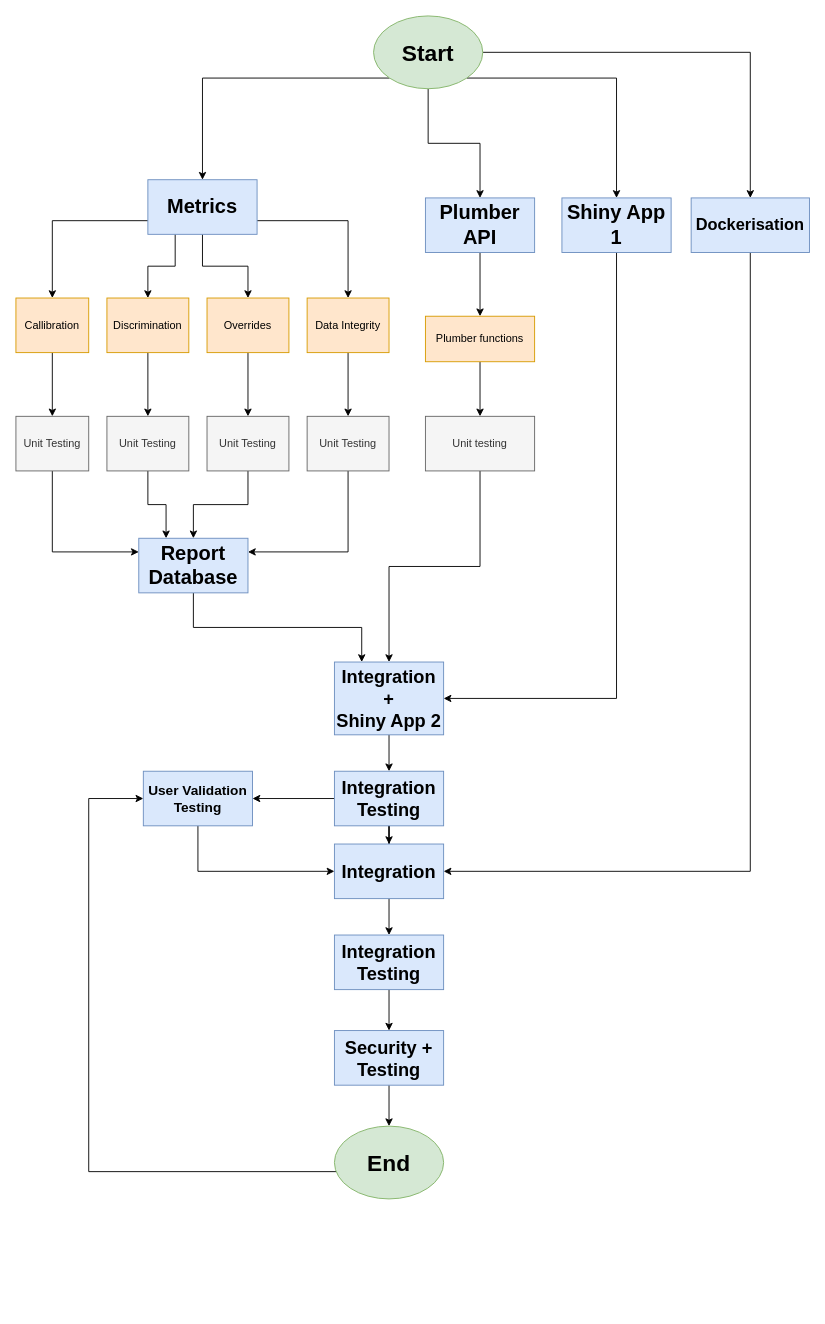
Before: Project_Plan.drawio in aminrigi/Network_CommunityDetection, a draw.io diagram. Source tidied: cells renumbered, new cells numbered last; positions are measured from the earlier drawing's top-left corner, leaving out a move shared by most shapes. Both pictures are drawn from the tidied source at 91%, with x=0, y=0 at pixel (15, 15).
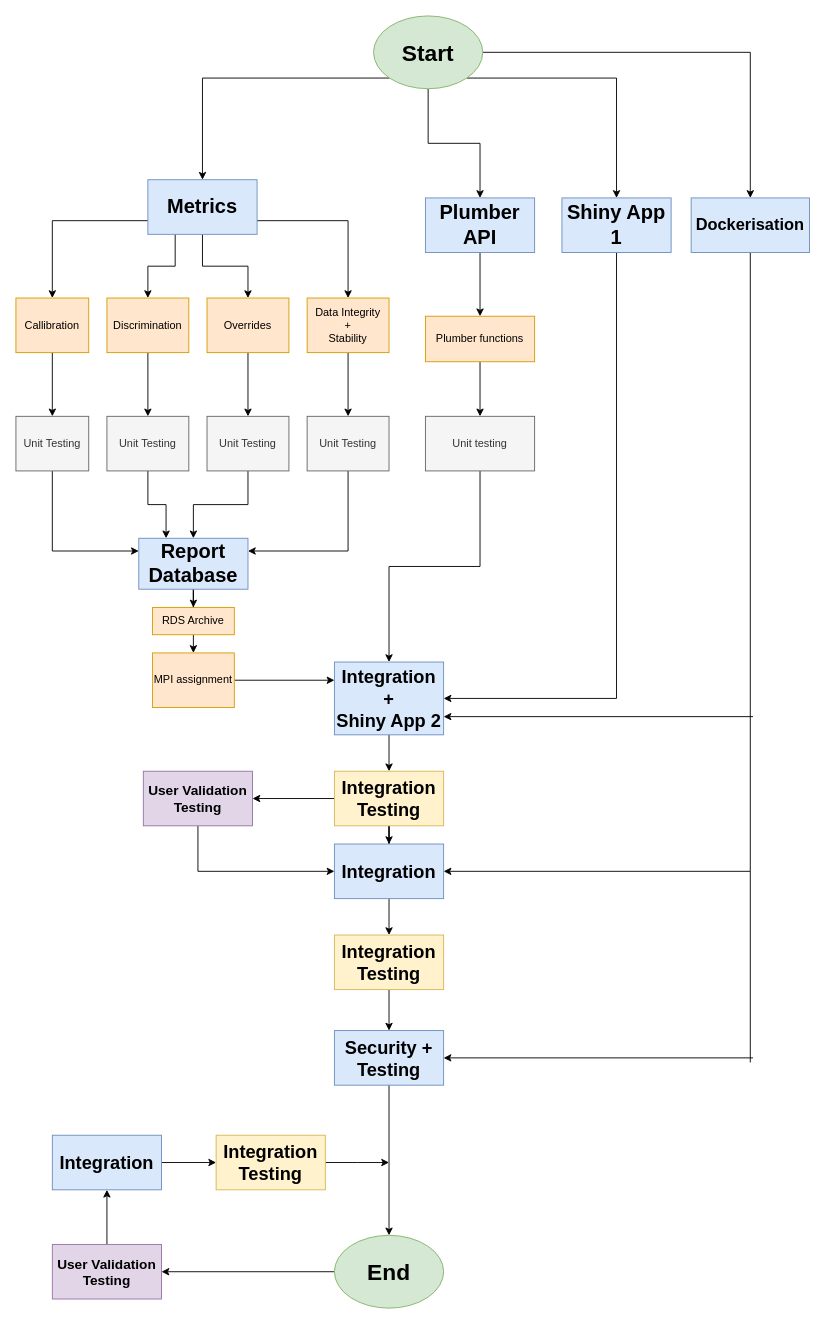
After the change.

Unchanged cells that the change refers to:
```xml
<mxCell id="41" value="&lt;b&gt;&lt;font style=&quot;font-size: 20px&quot;&gt;Integration +&lt;br&gt;Shiny App 2&lt;br&gt;&lt;/font&gt;&lt;/b&gt;" style="rounded=0;whiteSpace=wrap;html=1;fillColor=#dae8fc;strokeColor=#6c8ebf;" parent="1" vertex="1">
  <mxGeometry x="350" y="710" width="120" height="80" as="geometry" />
</mxCell>
<mxCell id="54" value="&lt;b&gt;&lt;font style=&quot;font-size: 20px&quot;&gt;Security + Testing&lt;/font&gt;&lt;/b&gt;" style="rounded=0;whiteSpace=wrap;html=1;fillColor=#dae8fc;strokeColor=#6c8ebf;" parent="1" vertex="1">
  <mxGeometry x="350" y="1115" width="120" height="60" as="geometry" />
</mxCell>
```

What changed in the source:
```diff
@@
-    <mxCell id="21" value="Data Integrity" style="rounded=0;whiteSpace=wrap;html=1;fillColor=#ffe6cc;strokeColor=#d79b00;" parent="1" vertex="1">
+    <mxCell id="21" value="Data Integrity&lt;br&gt;+&lt;br&gt;Stability&lt;br&gt;" style="rounded=0;whiteSpace=wrap;html=1;fillColor=#ffe6cc;strokeColor=#d79b00;" parent="1" vertex="1">
       <mxGeometry x="320" y="310" width="90" height="60" as="geometry" />
     </mxCell>
@@
-    <mxCell id="34" style="edgeStyle=orthogonalEdgeStyle;rounded=0;jettySize=auto;html=1;exitX=0.5;exitY=1;exitDx=0;exitDy=0;entryX=0.25;entryY=0;entryDx=0;entryDy=0;" parent="1" edge="1" source="35" target="41">
-      <mxGeometry relative="1" as="geometry" />
-    </mxCell>
+    <mxCell id="55" style="edgeStyle=orthogonalEdgeStyle;rounded=0;jettySize=auto;html=1;entryX=0.5;entryY=0;entryDx=0;entryDy=0;" parent="1" edge="1" source="35" target="63">
+      <mxGeometry relative="1" as="geometry" />
+    </mxCell>
     <mxCell id="35" value="&lt;span style=&quot;font-size: 22px&quot;&gt;&lt;b&gt;Report Database&lt;/b&gt;&lt;/span&gt;" style="rounded=0;whiteSpace=wrap;html=1;fillColor=#dae8fc;strokeColor=#6c8ebf;" parent="1" vertex="1">
-      <mxGeometry x="135" y="574" width="120" height="60" as="geometry" />
+      <mxGeometry x="135" y="574" width="120" height="56" as="geometry" />
     </mxCell>
@@
-    <mxCell id="44" value="&lt;b&gt;&lt;font style=&quot;font-size: 20px&quot;&gt;Integration Testing&lt;/font&gt;&lt;/b&gt;" style="rounded=0;whiteSpace=wrap;html=1;fillColor=#dae8fc;strokeColor=#6c8ebf;" parent="1" vertex="1">
+    <mxCell id="44" value="&lt;b&gt;&lt;font style=&quot;font-size: 20px&quot;&gt;Integration Testing&lt;/font&gt;&lt;/b&gt;" style="rounded=0;whiteSpace=wrap;html=1;fillColor=#fff2cc;strokeColor=#d6b656;" parent="1" vertex="1">
       <mxGeometry x="350" y="830" width="120" height="60" as="geometry" />
     </mxCell>
@@
-    <mxCell id="48" value="&lt;b&gt;&lt;font style=&quot;font-size: 15px&quot;&gt;User Validation Testing&lt;/font&gt;&lt;/b&gt;" style="rounded=0;whiteSpace=wrap;html=1;fillColor=#dae8fc;strokeColor=#6c8ebf;" parent="1" vertex="1">
+    <mxCell id="48" value="&lt;b&gt;&lt;font style=&quot;font-size: 15px&quot;&gt;User Validation Testing&lt;/font&gt;&lt;/b&gt;" style="rounded=0;whiteSpace=wrap;html=1;fillColor=#e1d5e7;strokeColor=#9673a6;" parent="1" vertex="1">
       <mxGeometry x="140" y="830" width="120" height="60" as="geometry" />
     </mxCell>
@@
-    <mxCell id="50" value="&lt;b&gt;&lt;font style=&quot;font-size: 20px&quot;&gt;Integration Testing&lt;/font&gt;&lt;/b&gt;" style="rounded=0;whiteSpace=wrap;html=1;fillColor=#dae8fc;strokeColor=#6c8ebf;" parent="1" vertex="1">
+    <mxCell id="50" value="&lt;b&gt;&lt;font style=&quot;font-size: 20px&quot;&gt;Integration Testing&lt;/font&gt;&lt;/b&gt;" style="rounded=0;whiteSpace=wrap;html=1;fillColor=#fff2cc;strokeColor=#d6b656;" parent="1" vertex="1">
       <mxGeometry x="350" y="1010" width="120" height="60" as="geometry" />
     </mxCell>
-    <mxCell id="51" style="edgeStyle=orthogonalEdgeStyle;rounded=0;jettySize=auto;html=1;entryX=0;entryY=0.5;entryDx=0;entryDy=0;" parent="1" edge="1" source="52" target="48">
-      <mxGeometry relative="1" as="geometry">
-        <Array as="points">
-          <mxPoint x="80" y="1270" />
-          <mxPoint x="80" y="860" />
-        </Array>
-      </mxGeometry>
-    </mxCell>
+    <mxCell id="56" style="edgeStyle=orthogonalEdgeStyle;rounded=0;jettySize=auto;html=1;entryX=1;entryY=0.5;entryDx=0;entryDy=0;" parent="1" edge="1" source="52" target="65">
+      <mxGeometry relative="1" as="geometry" />
+    </mxCell>
     <mxCell id="52" value="&lt;font style=&quot;font-size: 25px&quot;&gt;&lt;b&gt;End&lt;/b&gt;&lt;/font&gt;" style="ellipse;whiteSpace=wrap;html=1;fillColor=#d5e8d4;strokeColor=#82b366;" parent="1" vertex="1">
-      <mxGeometry x="350" y="1220" width="120" height="80" as="geometry" />
+      <mxGeometry x="350" y="1340" width="120" height="80" as="geometry" />
     </mxCell>
@@
+    <mxCell id="57" style="edgeStyle=orthogonalEdgeStyle;rounded=0;jettySize=auto;html=1;entryX=0;entryY=0.25;entryDx=0;entryDy=0;" parent="1" edge="1" source="58" target="41">
+      <mxGeometry relative="1" as="geometry" />
+    </mxCell>
+    <mxCell id="58" value="MPI assignment" style="rounded=0;whiteSpace=wrap;html=1;fillColor=#ffe6cc;strokeColor=#d79b00;" parent="1" vertex="1">
+      <mxGeometry x="150" y="700" width="90" height="60" as="geometry" />
+    </mxCell>
+    <mxCell id="59" style="endArrow=classic;html=1;entryX=1;entryY=0.75;entryDx=0;entryDy=0;" parent="1" edge="1" target="41">
+      <mxGeometry relative="1" as="geometry">
+        <mxPoint x="810" y="770" as="sourcePoint" />
+      </mxGeometry>
+    </mxCell>
+    <mxCell id="60" style="endArrow=none;html=1;" parent="1" edge="1">
+      <mxGeometry relative="1" as="geometry">
+        <mxPoint x="807" y="1150" as="sourcePoint" />
+        <mxPoint x="807" y="940" as="targetPoint" />
+      </mxGeometry>
+    </mxCell>
+    <mxCell id="61" style="endArrow=classic;html=1;entryX=1;entryY=0.5;entryDx=0;entryDy=0;" parent="1" edge="1" target="54">
+      <mxGeometry relative="1" as="geometry">
+        <mxPoint x="810" y="1145" as="sourcePoint" />
+      </mxGeometry>
+    </mxCell>
+    <mxCell id="62" style="edgeStyle=orthogonalEdgeStyle;rounded=0;jettySize=auto;html=1;exitX=0.5;exitY=1;exitDx=0;exitDy=0;entryX=0.5;entryY=0;entryDx=0;entryDy=0;" parent="1" edge="1" source="63" target="58">
+      <mxGeometry relative="1" as="geometry" />
+    </mxCell>
+    <mxCell id="63" value="RDS Archive" style="rounded=0;whiteSpace=wrap;html=1;fillColor=#ffe6cc;strokeColor=#d79b00;" parent="1" vertex="1">
+      <mxGeometry x="150" y="650" width="90" height="30" as="geometry" />
+    </mxCell>
+    <mxCell id="64" style="edgeStyle=orthogonalEdgeStyle;rounded=0;jettySize=auto;html=1;" parent="1" edge="1" source="65" target="67">
+      <mxGeometry relative="1" as="geometry" />
+    </mxCell>
+    <mxCell id="65" value="&lt;b&gt;&lt;font style=&quot;font-size: 15px&quot;&gt;User Validation Testing&lt;/font&gt;&lt;/b&gt;" style="rounded=0;whiteSpace=wrap;html=1;fillColor=#e1d5e7;strokeColor=#9673a6;" parent="1" vertex="1">
+      <mxGeometry x="40" y="1350" width="120" height="60" as="geometry" />
+    </mxCell>
+    <mxCell id="66" style="edgeStyle=orthogonalEdgeStyle;rounded=0;jettySize=auto;html=1;" parent="1" edge="1" source="67" target="69">
+      <mxGeometry relative="1" as="geometry" />
+    </mxCell>
+    <mxCell id="67" value="&lt;b&gt;&lt;font style=&quot;font-size: 20px&quot;&gt;Integration&lt;/font&gt;&lt;/b&gt;" style="rounded=0;whiteSpace=wrap;html=1;fillColor=#dae8fc;strokeColor=#6c8ebf;" parent="1" vertex="1">
+      <mxGeometry x="40" y="1230" width="120" height="60" as="geometry" />
+    </mxCell>
+    <mxCell id="68" style="edgeStyle=orthogonalEdgeStyle;rounded=0;jettySize=auto;html=1;" parent="1" edge="1" source="69">
+      <mxGeometry relative="1" as="geometry">
+        <mxPoint x="410" y="1260" as="targetPoint" />
+      </mxGeometry>
+    </mxCell>
+    <mxCell id="69" value="&lt;b&gt;&lt;font style=&quot;font-size: 20px&quot;&gt;Integration Testing&lt;/font&gt;&lt;/b&gt;" style="rounded=0;whiteSpace=wrap;html=1;fillColor=#fff2cc;strokeColor=#d6b656;" parent="1" vertex="1">
+      <mxGeometry x="220" y="1230" width="120" height="60" as="geometry" />
+    </mxCell>
```
